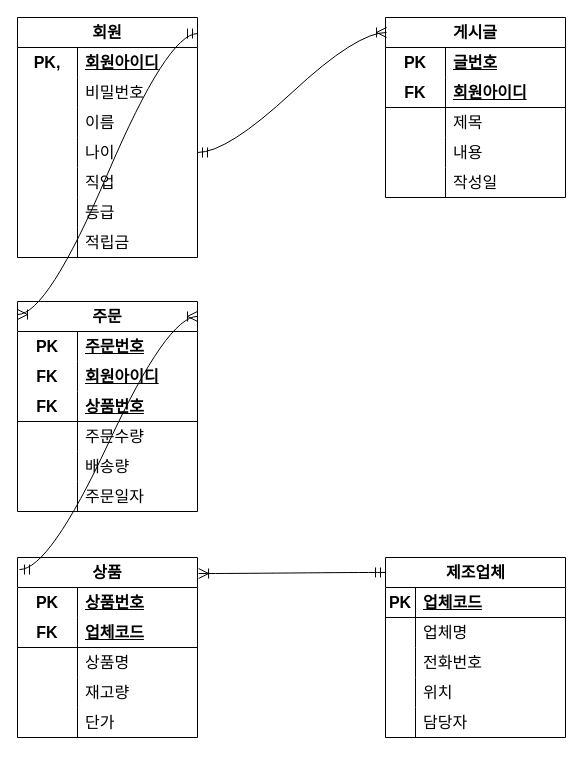
The draw.io diagram page "릴레이션" (2 of 2) of 한빛마트.drawio in kiuugi/oraclesource, before the edit. Source tidied: cells renumbered, new cells numbered last; positions are measured from the earlier drawing's top-left corner, leaving out a move shared by most shapes. Both pictures are drawn from the tidied source at 100%, with x=0, y=0 at pixel (17, 17).
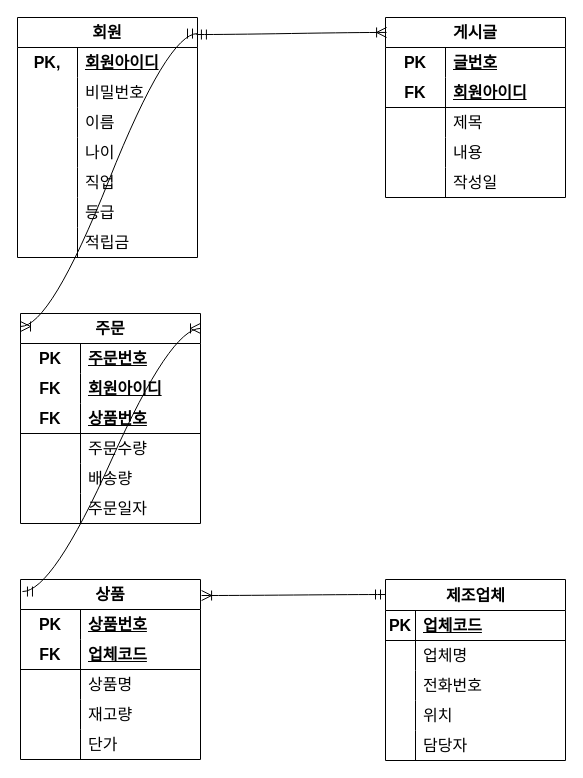
After the change.

Commit message:
한빛마트.drawio 업데이트

The change refers to these unchanged cells:
```xml
<mxCell id="2" value="회원" style="shape=table;startSize=30;childLayout=tableLayout;rowLines=0;fontStyle=1;align=center;html=1;whiteSpace=wrap;fontSize=16;" parent="1" vertex="1">
  <mxGeometry width="180" height="240" as="geometry" />
</mxCell>
<mxCell id="12" style="shape=tableRow;horizontal=0;startSize=0;swimlaneHead=0;swimlaneBody=0;fillColor=none;points=[[0,0.5],[1,0.5]];portConstraint=eastwest;top=0;left=0;right=0;bottom=0;html=1;fontSize=16;" parent="2" vertex="1">
  <mxGeometry y="120" width="180" height="30" as="geometry" />
</mxCell>
<mxCell id="24" value="게시글" style="shape=table;startSize=30;childLayout=tableLayout;rowLines=0;fontStyle=1;align=center;html=1;whiteSpace=wrap;fontSize=16;" parent="1" vertex="1">
  <mxGeometry x="368" width="180" height="180" as="geometry" />
</mxCell>
```

What changed in the source:
```diff
@@
-    <mxCell id="40" style="edgeStyle=entityRelationEdgeStyle;fontSize=12;html=1;endArrow=ERoneToMany;startArrow=ERmandOne;rounded=0;startSize=8;endSize=8;curved=1;exitX=1;exitY=0.5;exitDx=0;exitDy=0;entryX=0.006;entryY=0.083;entryDx=0;entryDy=0;entryPerimeter=0;" parent="1" edge="1" source="12" target="24">
+    <mxCell id="40" style="edgeStyle=entityRelationEdgeStyle;fontSize=12;html=1;endArrow=ERoneToMany;startArrow=ERmandOne;rounded=0;startSize=8;endSize=8;curved=1;entryX=0.006;entryY=0.083;entryDx=0;entryDy=0;entryPerimeter=0;exitX=0.994;exitY=0.071;exitDx=0;exitDy=0;exitPerimeter=0;" parent="1" edge="1" source="2" target="24">
       <mxGeometry relative="1" as="geometry" />
     </mxCell>
     <mxCell id="41" value="상품" style="shape=table;startSize=30;childLayout=tableLayout;rowLines=0;fontStyle=1;align=center;html=1;whiteSpace=wrap;fontSize=16;" parent="1" vertex="1">
-      <mxGeometry y="540" width="180" height="180" as="geometry" />
+      <mxGeometry x="3" y="562" width="180" height="180" as="geometry" />
     </mxCell>
@@
     <mxCell id="57" value="주문" style="shape=table;startSize=30;childLayout=tableLayout;rowLines=0;fontStyle=1;align=center;html=1;whiteSpace=wrap;fontSize=16;" parent="1" vertex="1">
-      <mxGeometry y="284" width="180" height="210" as="geometry" />
+      <mxGeometry x="3" y="296" width="180" height="210" as="geometry" />
     </mxCell>
@@
-    <mxCell id="78" value="제조업체" style="shape=table;startSize=30;childLayout=tableLayout;rowLines=0;fontStyle=1;align=center;html=1;fontSize=16;" parent="1" vertex="1">
-      <mxGeometry x="368" y="540" width="180" height="180" as="geometry" />
+    <mxCell id="78" value="제조업체" style="shape=table;startSize=31;childLayout=tableLayout;rowLines=0;fontStyle=1;align=center;html=1;fontSize=16;" parent="1" vertex="1">
+      <mxGeometry x="368" y="562" width="180" height="181" as="geometry" />
     </mxCell>
     <mxCell id="79" style="shape=tableRow;horizontal=0;startSize=0;swimlaneHead=0;swimlaneBody=0;fillColor=none;top=0;left=0;right=0;bottom=1;fontSize=16;" parent="78" vertex="1">
-      <mxGeometry y="30" width="180" height="30" as="geometry" />
+      <mxGeometry y="31" width="180" height="30" as="geometry" />
     </mxCell>
@@
     <mxCell id="82" style="shape=tableRow;horizontal=0;startSize=0;swimlaneHead=0;swimlaneBody=0;fillColor=none;top=0;left=0;right=0;bottom=0;fontSize=16;" parent="78" vertex="1">
-      <mxGeometry y="60" width="180" height="30" as="geometry" />
+      <mxGeometry y="61" width="180" height="30" as="geometry" />
     </mxCell>
@@
     <mxCell id="85" style="shape=tableRow;horizontal=0;startSize=0;swimlaneHead=0;swimlaneBody=0;fillColor=none;top=0;left=0;right=0;bottom=0;fontSize=16;" parent="78" vertex="1">
-      <mxGeometry y="90" width="180" height="30" as="geometry" />
+      <mxGeometry y="91" width="180" height="30" as="geometry" />
     </mxCell>
@@
     <mxCell id="88" style="shape=tableRow;horizontal=0;startSize=0;swimlaneHead=0;swimlaneBody=0;fillColor=none;top=0;left=0;right=0;bottom=0;fontSize=16;" parent="78" vertex="1">
-      <mxGeometry y="120" width="180" height="30" as="geometry" />
+      <mxGeometry y="121" width="180" height="30" as="geometry" />
     </mxCell>
@@
     <mxCell id="91" style="shape=tableRow;horizontal=0;startSize=0;swimlaneHead=0;swimlaneBody=0;fillColor=none;top=0;left=0;right=0;bottom=0;fontSize=16;" parent="78" vertex="1">
-      <mxGeometry y="150" width="180" height="30" as="geometry" />
+      <mxGeometry y="151" width="180" height="30" as="geometry" />
     </mxCell>
```
